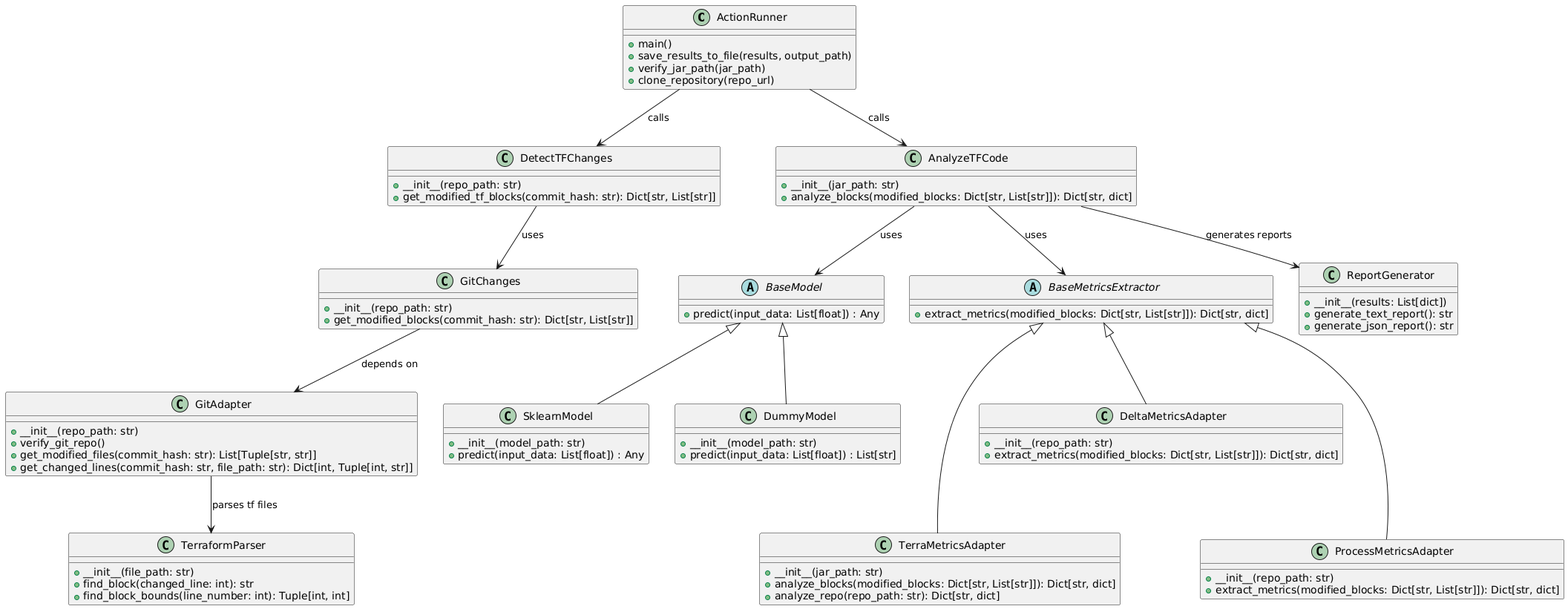
Earlier version of the PlantUML export documentation/diagrams/classDiagram.png (TFDefect/TFDefectGA). Source of this version:
```plantuml
@startuml
class ActionRunner {
    + main()
    + save_results_to_file(results, output_path)
    + verify_jar_path(jar_path)
    + clone_repository(repo_url)
}

class AnalyzeTFCode {
    + __init__(jar_path: str)
    + analyze_blocks(modified_blocks: Dict[str, List[str]]): Dict[str, dict]
}

class DetectTFChanges {
    + __init__(repo_path: str)
    + get_modified_tf_blocks(commit_hash: str): Dict[str, List[str]]
}

class GitChanges {
    + __init__(repo_path: str)
    + get_modified_blocks(commit_hash: str): Dict[str, List[str]]
}

class GitAdapter {
    + __init__(repo_path: str)
    + verify_git_repo()
    + get_modified_files(commit_hash: str): List[Tuple[str, str]]
    + get_changed_lines(commit_hash: str, file_path: str): Dict[int, Tuple[int, str]]
}

class TerraformParser {
    + __init__(file_path: str)
    + find_block(changed_line: int): str
    + find_block_bounds(line_number: int): Tuple[int, int]
}

abstract class BaseMetricsExtractor {
    + extract_metrics(modified_blocks: Dict[str, List[str]]): Dict[str, dict]
}

class TerraMetricsAdapter {
    + __init__(jar_path: str)
    + analyze_blocks(modified_blocks: Dict[str, List[str]]): Dict[str, dict]
    + analyze_repo(repo_path: str): Dict[str, dict]
}

class DeltaMetricsAdapter {
    + __init__(repo_path: str)
    + extract_metrics(modified_blocks: Dict[str, List[str]]): Dict[str, dict]
}

class ProcessMetricsAdapter {
    + __init__(repo_path: str)
    + extract_metrics(modified_blocks: Dict[str, List[str]]): Dict[str, dict]
}

abstract class BaseModel {
    + predict(input_data: List[float]) : Any
}

class SklearnModel {
    + __init__(model_path: str)
    + predict(input_data: List[float]) : Any
}

class DummyModel {
    + __init__(model_path: str)
    + predict(input_data: List[float]) : List[str]
}

class ReportGenerator {
    + __init__(results: List[dict])
    + generate_text_report(): str
    + generate_json_report(): str
}

AnalyzeTFCode <-u- ActionRunner : calls
DetectTFChanges <-u-   ActionRunner: calls
GitChanges <-u-  DetectTFChanges: uses
GitChanges -down-> GitAdapter : depends on
GitAdapter -down-> TerraformParser : parses tf files

AnalyzeTFCode -down-> BaseMetricsExtractor : uses
TerraMetricsAdapter -u--|> BaseMetricsExtractor
DeltaMetricsAdapter -u-|> BaseMetricsExtractor
ProcessMetricsAdapter -u--|> BaseMetricsExtractor

AnalyzeTFCode -down-> BaseModel : uses
SklearnModel -u-|> BaseModel
DummyModel -u-|> BaseModel
AnalyzeTFCode -down-> ReportGenerator : generates reports
@enduml
```
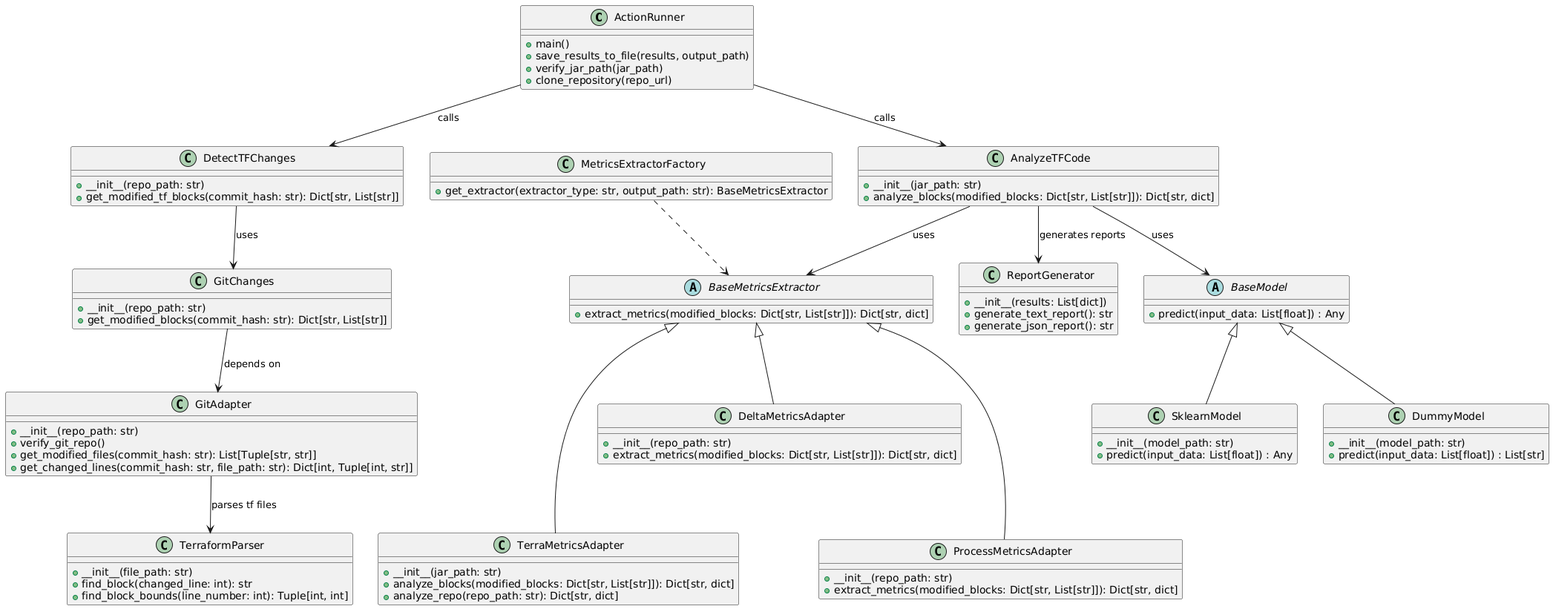
Above is the later version.

Commit message:
Ajout de la classe MetricsExtractorFactory dans le document d'architecture

Diff of the diagram source:
```diff
@@ -74,6 +74,10 @@
     + generate_json_report(): str
 }
 
+class MetricsExtractorFactory {
+    + get_extractor(extractor_type: str, output_path: str): BaseMetricsExtractor
+}
+
 AnalyzeTFCode <-u- ActionRunner : calls
 DetectTFChanges <-u-   ActionRunner: calls
 GitChanges <-u-  DetectTFChanges: uses
@@ -85,6 +89,8 @@
 DeltaMetricsAdapter -u-|> BaseMetricsExtractor
 ProcessMetricsAdapter -u--|> BaseMetricsExtractor
 
+MetricsExtractorFactory ..> BaseMetricsExtractor
+
 AnalyzeTFCode -down-> BaseModel : uses
 SklearnModel -u-|> BaseModel
 DummyModel -u-|> BaseModel
```
